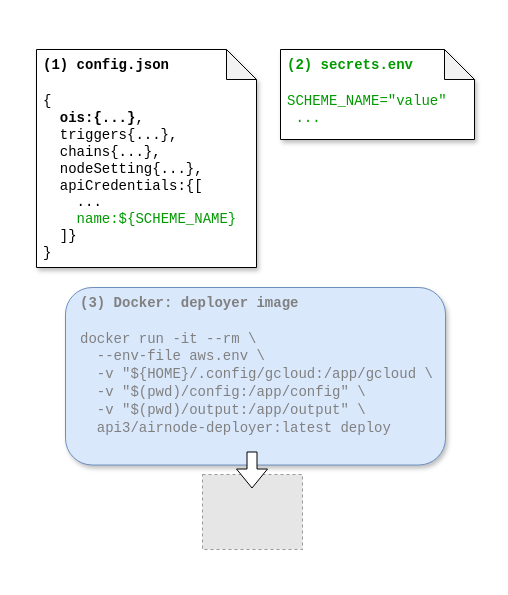
Earlier version of the draw.io diagram docs/explore/assets/diagrams/api-provider-overview-gcp.drawio (api3dao/vitepress-docs). Source tidied: cells renumbered, new cells numbered last; positions are measured from the earlier drawing's top-left corner, leaving out a move shared by most shapes. Both pictures are drawn from the tidied source at 100%, with x=0, y=0 at pixel (36, 49). Pictures stored in the file or linked from it are replaced by grey dashed boxes.
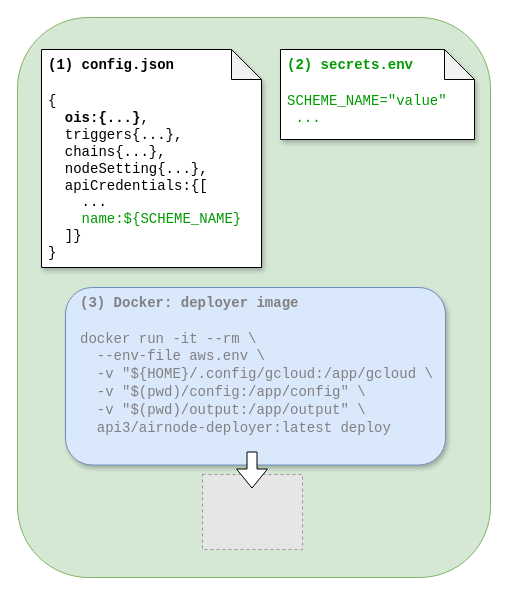
The same diagram, later.

Change to the diagram source:
```diff
@@
 <mxGraphModel>
   <root>
     <mxCell id="0" />
     <mxCell id="1" parent="0" />
+    <mxCell id="7" style="rounded=1;whiteSpace=wrap;html=1;fillColor=#d5e8d4;strokeColor=#82b366;" parent="1" vertex="1">
+      <mxGeometry x="-19" y="-32" width="473" height="560" as="geometry" />
+    </mxCell>
     <mxCell id="2" value="&lt;div style=&quot;font-size: 14px&quot;&gt;&lt;font style=&quot;font-size: 14px&quot; face=&quot;Courier New&quot; color=&quot;#808080&quot;&gt;&lt;b&gt;(3) Docker: deployer image&lt;/b&gt;&lt;/font&gt;&lt;/div&gt;&lt;div style=&quot;font-size: 14px&quot;&gt;&lt;font style=&quot;font-size: 14px&quot; face=&quot;Courier New&quot; color=&quot;#808080&quot;&gt;&lt;br&gt;&lt;/font&gt;&lt;/div&gt;&lt;div style=&quot;font-size: 14px&quot;&gt;&lt;font style=&quot;font-size: 14px&quot; face=&quot;Courier New&quot; color=&quot;#808080&quot;&gt;docker run -it --rm \&lt;/font&gt;&lt;/div&gt;&lt;div style=&quot;font-size: 14px&quot;&gt;&lt;font style=&quot;font-size: 14px&quot; face=&quot;Courier New&quot; color=&quot;#808080&quot;&gt;&amp;nbsp; --env-file aws.env \&lt;/font&gt;&lt;/div&gt;&lt;div style=&quot;font-size: 14px&quot;&gt;&lt;font style=&quot;font-size: 14px&quot; face=&quot;Courier New&quot; color=&quot;#808080&quot;&gt;&amp;nbsp; -v &quot;${HOME}/.config/gcloud:/app/gcloud \&lt;/font&gt;&lt;/div&gt;&lt;div style=&quot;font-size: 14px&quot;&gt;&lt;font style=&quot;font-size: 14px&quot; face=&quot;Courier New&quot; color=&quot;#808080&quot;&gt;&amp;nbsp; -v &quot;$(pwd)/config:/app/config&quot; \&lt;/font&gt;&lt;/div&gt;&lt;div style=&quot;font-size: 14px&quot;&gt;&lt;font style=&quot;font-size: 14px&quot; face=&quot;Courier New&quot; color=&quot;#808080&quot;&gt;&amp;nbsp; -v &quot;$(pwd)/output:/app/output&quot; \&lt;/font&gt;&lt;/div&gt;&lt;div style=&quot;font-size: 14px&quot;&gt;&lt;font style=&quot;font-size: 14px&quot; face=&quot;Courier New&quot; color=&quot;#808080&quot;&gt;&amp;nbsp; api3/airnode-deployer:latest deploy&lt;/font&gt;&lt;/div&gt;" style="rounded=1;whiteSpace=wrap;html=1;fontSize=11;align=left;fillColor=#dae8fc;strokeColor=#6c8ebf;shadow=1;spacingLeft=13;spacingRight=5;verticalAlign=top;fontColor=#000000;" parent="1" vertex="1">
       <mxGeometry x="29" y="238" width="380" height="177.5" as="geometry" />
     </mxCell>
     <mxCell id="3" value="&lt;span style=&quot;font-size: 14px&quot;&gt;&lt;font face=&quot;Courier New&quot;&gt;&lt;b&gt;(1) config.json&lt;/b&gt;&lt;br style=&quot;font-size: 14px&quot;&gt;&lt;br style=&quot;font-size: 14px&quot;&gt;&lt;/font&gt;&lt;/span&gt;&lt;div style=&quot;font-size: 14px&quot;&gt;&lt;span style=&quot;font-size: 14px&quot;&gt;&lt;font face=&quot;Courier New&quot;&gt;{&lt;/font&gt;&lt;/span&gt;&lt;/div&gt;&lt;div style=&quot;font-size: 14px&quot;&gt;&lt;font face=&quot;Courier New&quot;&gt;&lt;span style=&quot;font-size: 14px&quot;&gt;&amp;nbsp;&amp;nbsp;&lt;b style=&quot;font-size: 14px&quot;&gt;ois:{...&lt;/b&gt;&lt;/span&gt;&lt;span style=&quot;font-size: 14px&quot;&gt;&lt;b style=&quot;font-size: 14px&quot;&gt;}&lt;/b&gt;,&lt;/span&gt;&lt;/font&gt;&lt;/div&gt;&lt;font style=&quot;font-size: 14px&quot;&gt;&lt;font face=&quot;Courier New&quot; style=&quot;font-size: 14px&quot;&gt;&lt;div style=&quot;font-size: 14px&quot;&gt;&amp;nbsp; triggers{...},&lt;/div&gt;&lt;div style=&quot;font-size: 14px&quot;&gt;&amp;nbsp; chains{...},&lt;/div&gt;&lt;div style=&quot;font-size: 14px&quot;&gt;&amp;nbsp; nodeSetting{...},&lt;/div&gt;&lt;div style=&quot;font-size: 14px&quot;&gt;&amp;nbsp;&amp;nbsp;apiCredentials:{[&lt;/div&gt;&lt;div style=&quot;font-size: 14px&quot;&gt;&amp;nbsp; &amp;nbsp; ...&lt;/div&gt;&lt;div style=&quot;font-size: 14px&quot;&gt;&amp;nbsp; &amp;nbsp;&amp;nbsp;&lt;font color=&quot;#009900&quot; style=&quot;font-size: 14px&quot;&gt;name:${&lt;/font&gt;&lt;font color=&quot;#009900&quot; style=&quot;font-size: 14px&quot;&gt;&lt;span style=&quot;background-color: transparent ; font-size: 14px&quot;&gt;SCHEME_NAME&lt;/span&gt;}&lt;/font&gt;&lt;/div&gt;&lt;/font&gt;&lt;font face=&quot;Courier New&quot; style=&quot;font-size: 14px&quot;&gt;&lt;div style=&quot;font-size: 14px&quot;&gt;&amp;nbsp; ]}&amp;nbsp; &amp;nbsp;&lt;/div&gt;&lt;div style=&quot;font-size: 14px&quot;&gt;}&lt;/div&gt;&lt;div style=&quot;font-size: 14px&quot;&gt;&lt;br style=&quot;font-size: 14px&quot;&gt;&lt;/div&gt;&lt;/font&gt;&lt;/font&gt;" style="shape=note;whiteSpace=wrap;html=1;backgroundOutline=1;darkOpacity=0.05;shadow=1;verticalAlign=top;align=left;fontSize=14;spacingLeft=5;" parent="1" vertex="1">
-      <mxGeometry width="220" height="218" as="geometry" />
+      <mxGeometry x="5" width="220" height="218" as="geometry" />
     </mxCell>
     <mxCell id="4" value="&lt;div style=&quot;font-size: 14px&quot;&gt;&lt;/div&gt;&lt;span style=&quot;font-size: 14px ; text-align: center&quot;&gt;&lt;font face=&quot;Courier New&quot;&gt;&lt;b&gt;(2) secrets.env&lt;/b&gt;&lt;br style=&quot;font-size: 14px&quot;&gt;&lt;br style=&quot;font-size: 14px&quot;&gt;&lt;/font&gt;&lt;/span&gt;&lt;div style=&quot;font-size: 14px&quot;&gt;&lt;span style=&quot;font-size: 14px&quot;&gt;&lt;font face=&quot;Courier New&quot; style=&quot;font-size: 14px&quot;&gt;SCHEME_NAME=&quot;value&quot;&lt;/font&gt;&lt;/span&gt;&lt;/div&gt;&lt;div style=&quot;font-size: 14px&quot;&gt;&lt;font face=&quot;Courier New&quot; style=&quot;font-size: 14px&quot;&gt;&amp;nbsp;...&lt;/font&gt;&lt;/div&gt;" style="shape=note;whiteSpace=wrap;html=1;backgroundOutline=1;darkOpacity=0.05;shadow=1;fontColor=#009900;align=left;verticalAlign=top;fontSize=14;spacingLeft=5;" parent="1" vertex="1">
       <mxGeometry x="244" width="194" height="90" as="geometry" />
     </mxCell>
     <mxCell id="5" style="fillColor=#E6E6E6;strokeColor=#999999;dashed=1;verticalLabelPosition=bottom;labelBackgroundColor=#ffffff;verticalAlign=top;" parent="1" vertex="1">
       <mxGeometry x="166" y="425" width="100" height="75" as="geometry" />
     </mxCell>
     <mxCell id="6" style="shape=flexArrow;endArrow=classic;html=1;rounded=0;fontColor=#000000;strokeColor=#000000;strokeWidth=1;fillColor=#FFFFFF;gradientColor=#ffffff;gradientDirection=west;edgeStyle=orthogonalEdgeStyle;" parent="1" edge="1">
       <mxGeometry relative="1" as="geometry">
         <mxPoint x="215.5" y="402" as="sourcePoint" />
         <mxPoint x="215.5" y="439" as="targetPoint" />
       </mxGeometry>
     </mxCell>
   </root>
 </mxGraphModel>
```
